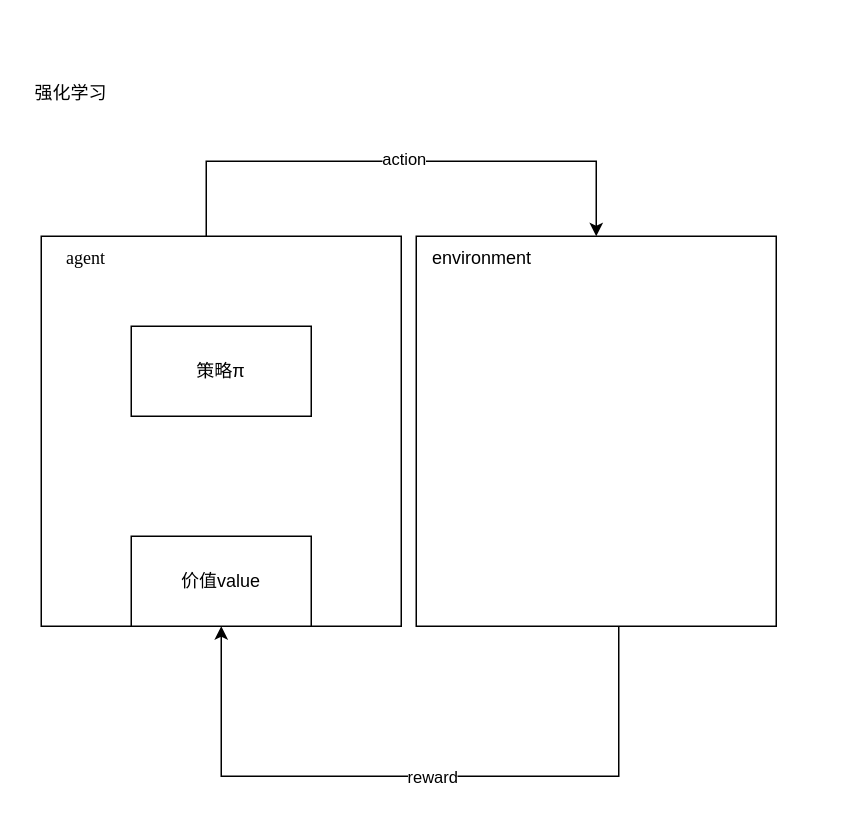
Above: 深度强化学习.drawio in 750251985/draw (draw.io), before the change. Source tidied: cells renumbered, new cells numbered last; positions are measured from the earlier drawing's top-left corner, leaving out a move shared by most shapes. Both pictures are drawn from the tidied source at 150%, with x=0, y=0 at pixel (26, 70).
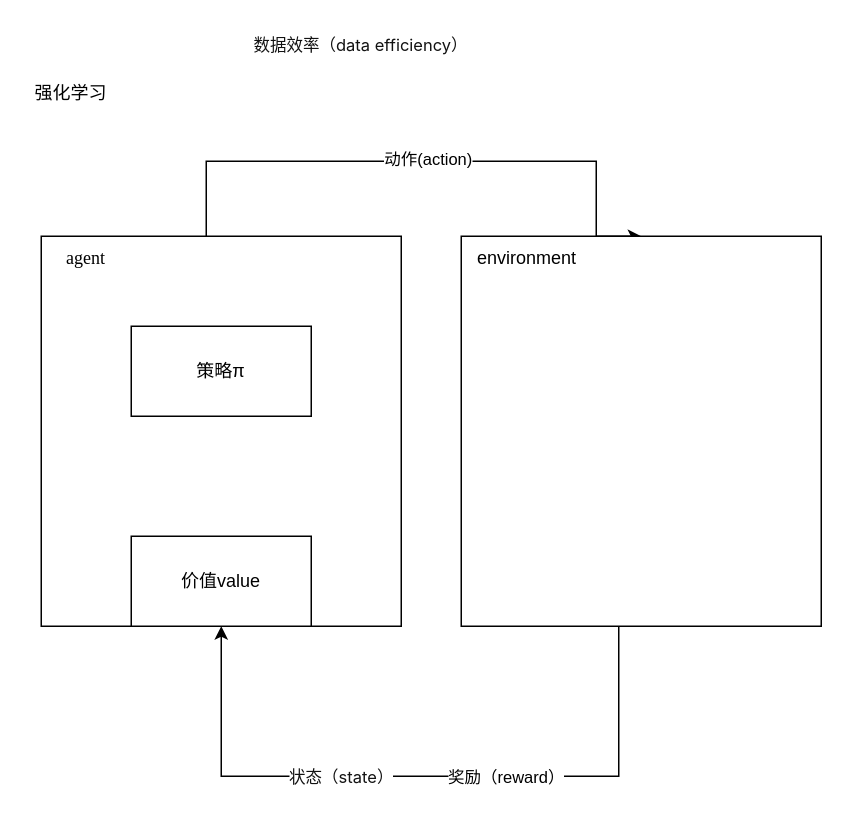
Above is the later version.

Commit message (it also covers changes not shown here):
更新深度强化学习.drawio

Unchanged cells that the change refers to:
```xml
<mxCell id="7" style="edgeStyle=orthogonalEdgeStyle;rounded=0;jettySize=auto;html=1;entryX=0.5;entryY=0;entryDx=0;entryDy=0;" parent="1" edge="1" source="4" target="14">
  <mxGeometry relative="1" as="geometry">
    <Array as="points">
      <mxPoint x="120" y="60" />
      <mxPoint x="380" y="60" />
    </Array>
  </mxGeometry>
</mxCell>
<mxCell id="9" style="edgeStyle=orthogonalEdgeStyle;rounded=0;jettySize=auto;html=1;entryX=0.5;entryY=1;entryDx=0;entryDy=0;" parent="1" edge="1" source="14" target="4">
  <mxGeometry relative="1" as="geometry">
    <Array as="points">
      <mxPoint x="395" y="470" />
      <mxPoint x="130" y="470" />
    </Array>
  </mxGeometry>
</mxCell>
```

Diff of the diagram source:
```diff
@@
-    <mxCell id="8" value="action" style="edgeLabel;html=1;align=center;verticalAlign=middle;" parent="7" vertex="1">
+    <mxCell id="8" value="动作(action)" style="edgeLabel;html=1;align=center;verticalAlign=middle;" parent="7" vertex="1">
       <mxGeometry x="0.07" y="2" relative="1" as="geometry">
         <mxPoint x="-12" as="offset" />
       </mxGeometry>
     </mxCell>
@@
-    <mxCell id="10" value="reward" style="edgeLabel;html=1;align=center;verticalAlign=middle;" parent="9" vertex="1">
+    <mxCell id="10" value="奖励（reward）" style="edgeLabel;html=1;align=center;verticalAlign=middle;" parent="9" vertex="1">
       <mxGeometry x="-0.22" y="3" relative="1" as="geometry">
-        <mxPoint x="-44" y="-3" as="offset" />
+        <mxPoint x="5" y="-3" as="offset" />
       </mxGeometry>
     </mxCell>
+    <mxCell id="16" value="&lt;span style=&quot;color: rgb(18, 18, 18); font-family: -apple-system, BlinkMacSystemFont, &amp;quot;Helvetica Neue&amp;quot;, &amp;quot;PingFang SC&amp;quot;, &amp;quot;Microsoft YaHei&amp;quot;, &amp;quot;Source Han Sans SC&amp;quot;, &amp;quot;Noto Sans CJK SC&amp;quot;, &amp;quot;WenQuanYi Micro Hei&amp;quot;, sans-serif; font-size: 11px; text-align: start;&quot;&gt;状态（state）&lt;/span&gt;" style="edgeLabel;html=1;align=center;verticalAlign=middle;fontSize=11;" parent="9" vertex="1">
+      <mxGeometry x="0.2" relative="1" as="geometry">
+        <mxPoint x="-7" as="offset" />
+      </mxGeometry>
+    </mxCell>
@@
     <mxCell id="13" style="group;" parent="1" vertex="1">
-      <mxGeometry x="260" y="110" width="240" height="260" as="geometry" />
+      <mxGeometry x="290" y="110" width="240" height="260" as="geometry" />
     </mxCell>
@@
+    <mxCell id="17" value="&lt;span style=&quot;color: rgb(18, 18, 18); font-family: -apple-system, BlinkMacSystemFont, &amp;quot;Helvetica Neue&amp;quot;, &amp;quot;PingFang SC&amp;quot;, &amp;quot;Microsoft YaHei&amp;quot;, &amp;quot;Source Han Sans SC&amp;quot;, &amp;quot;Noto Sans CJK SC&amp;quot;, &amp;quot;WenQuanYi Micro Hei&amp;quot;, sans-serif; font-style: normal; font-variant-ligatures: normal; font-variant-caps: normal; font-weight: 400; letter-spacing: normal; orphans: 2; text-align: start; text-indent: 0px; text-transform: none; widows: 2; word-spacing: 0px; -webkit-text-stroke-width: 0px; background-color: rgb(255, 255, 255); text-decoration-thickness: initial; text-decoration-style: initial; text-decoration-color: initial; float: none; display: inline !important;&quot;&gt;&lt;font style=&quot;font-size: 11px;&quot;&gt;数据效率（data efficiency）&lt;/font&gt;&lt;/span&gt;" style="text;whiteSpace=wrap;html=1;fontSize=11;" parent="1" vertex="1">
+      <mxGeometry x="150" y="-30" width="240" height="40" as="geometry" />
+    </mxCell>
```
